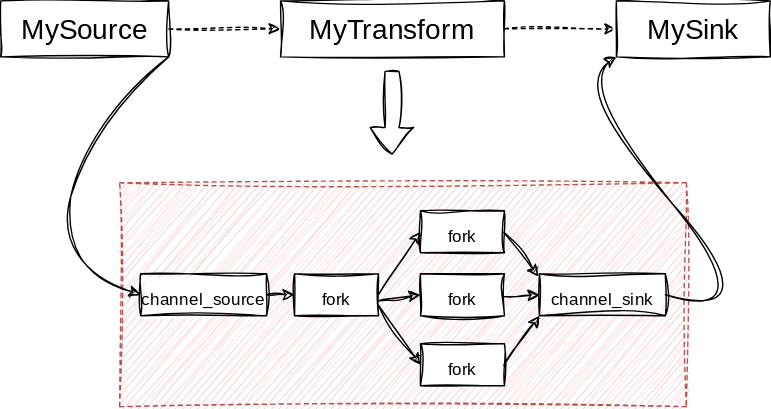
The draw.io diagram embed.drawio.svg in chloro-pn/draw_io_repo, before a commit. Source tidied: cells renumbered, new cells last; positions are measured from the earlier drawing's top-left corner, leaving out a move shared by most shapes.
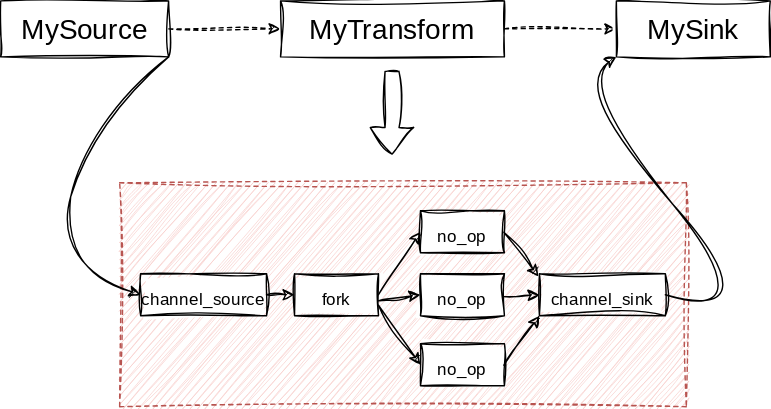
The same file after the commit.

Change to the diagram source:
```diff
@@ -37,13 +37,13 @@
     <mxCell id="11" style="endArrow=classic;html=1;rounded=0;sketch=1;hachureGap=4;jiggle=2;curveFitting=1;fontFamily=Architects Daughter;fontSource=https%3A%2F%2Ffonts.googleapis.com%2Fcss%3Ffamily%3DArchitects%2BDaughter;fontSize=16;exitX=1;exitY=0.5;exitDx=0;exitDy=0;entryX=0;entryY=0.5;entryDx=0;entryDy=0;" parent="1" edge="1" source="8" target="9">
       <mxGeometry relative="1" as="geometry" />
     </mxCell>
-    <mxCell id="12" value="&lt;font style=&quot;font-size: 12px;&quot;&gt;fork&lt;/font&gt;" style="rounded=0;whiteSpace=wrap;html=1;sketch=1;hachureGap=4;jiggle=2;curveFitting=1;fontFamily=Architects Daughter;fontSource=https%3A%2F%2Ffonts.googleapis.com%2Fcss%3Ffamily%3DArchitects%2BDaughter;fontSize=20;" parent="1" vertex="1">
+    <mxCell id="12" value="&lt;font style=&quot;font-size: 12px;&quot;&gt;no_op&lt;/font&gt;" style="rounded=0;whiteSpace=wrap;html=1;sketch=1;hachureGap=4;jiggle=2;curveFitting=1;fontFamily=Architects Daughter;fontSource=https%3A%2F%2Ffonts.googleapis.com%2Fcss%3Ffamily%3DArchitects%2BDaughter;fontSize=20;" parent="1" vertex="1">
       <mxGeometry x="300" y="150" width="60" height="30" as="geometry" />
     </mxCell>
-    <mxCell id="13" value="&lt;font style=&quot;font-size: 12px;&quot;&gt;fork&lt;/font&gt;" style="rounded=0;whiteSpace=wrap;html=1;sketch=1;hachureGap=4;jiggle=2;curveFitting=1;fontFamily=Architects Daughter;fontSource=https%3A%2F%2Ffonts.googleapis.com%2Fcss%3Ffamily%3DArchitects%2BDaughter;fontSize=20;" parent="1" vertex="1">
+    <mxCell id="13" value="&lt;font style=&quot;font-size: 12px;&quot;&gt;no_op&lt;/font&gt;" style="rounded=0;whiteSpace=wrap;html=1;sketch=1;hachureGap=4;jiggle=2;curveFitting=1;fontFamily=Architects Daughter;fontSource=https%3A%2F%2Ffonts.googleapis.com%2Fcss%3Ffamily%3DArchitects%2BDaughter;fontSize=20;" parent="1" vertex="1">
       <mxGeometry x="300" y="195" width="60" height="30" as="geometry" />
     </mxCell>
-    <mxCell id="14" value="&lt;font style=&quot;font-size: 12px;&quot;&gt;fork&lt;/font&gt;" style="rounded=0;whiteSpace=wrap;html=1;sketch=1;hachureGap=4;jiggle=2;curveFitting=1;fontFamily=Architects Daughter;fontSource=https%3A%2F%2Ffonts.googleapis.com%2Fcss%3Ffamily%3DArchitects%2BDaughter;fontSize=20;" parent="1" vertex="1">
+    <mxCell id="14" value="&lt;font style=&quot;font-size: 12px;&quot;&gt;no_op&lt;/font&gt;" style="rounded=0;whiteSpace=wrap;html=1;sketch=1;hachureGap=4;jiggle=2;curveFitting=1;fontFamily=Architects Daughter;fontSource=https%3A%2F%2Ffonts.googleapis.com%2Fcss%3Ffamily%3DArchitects%2BDaughter;fontSize=20;" parent="1" vertex="1">
       <mxGeometry x="300" y="245" width="60" height="30" as="geometry" />
     </mxCell>
     <mxCell id="15" value="&lt;font style=&quot;font-size: 12px;&quot;&gt;channel_sink&lt;/font&gt;" style="rounded=0;whiteSpace=wrap;html=1;sketch=1;hachureGap=4;jiggle=2;curveFitting=1;fontFamily=Architects Daughter;fontSource=https%3A%2F%2Ffonts.googleapis.com%2Fcss%3Ffamily%3DArchitects%2BDaughter;fontSize=20;" parent="1" vertex="1">
```
